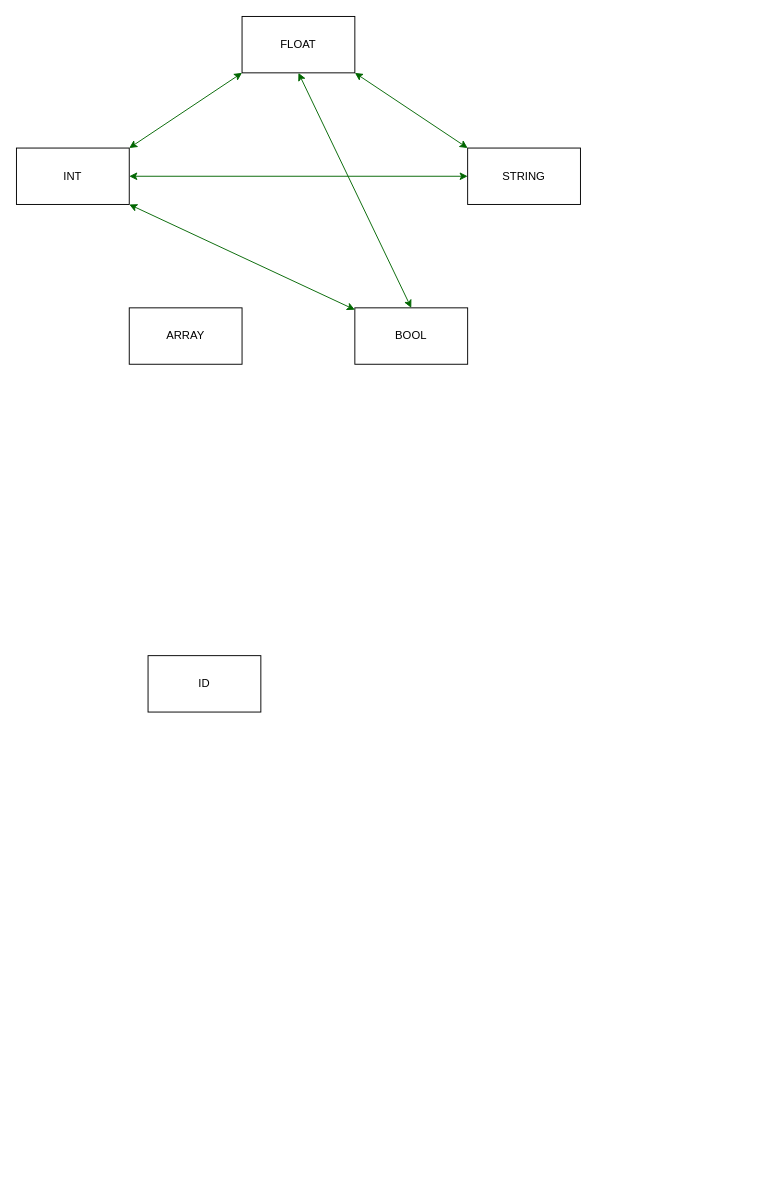
This is page "Page-2" (2 of 2) of RA.drawio from Tiago-Matinho/Compiladores, a draw.io file, before an edit. Source tidied: cells renumbered, new cells numbered last; positions are measured from the earlier drawing's top-left corner, leaving out a move shared by most shapes. Both pictures are drawn from the tidied source at 94%, with x=0, y=0 at pixel (16, 16).
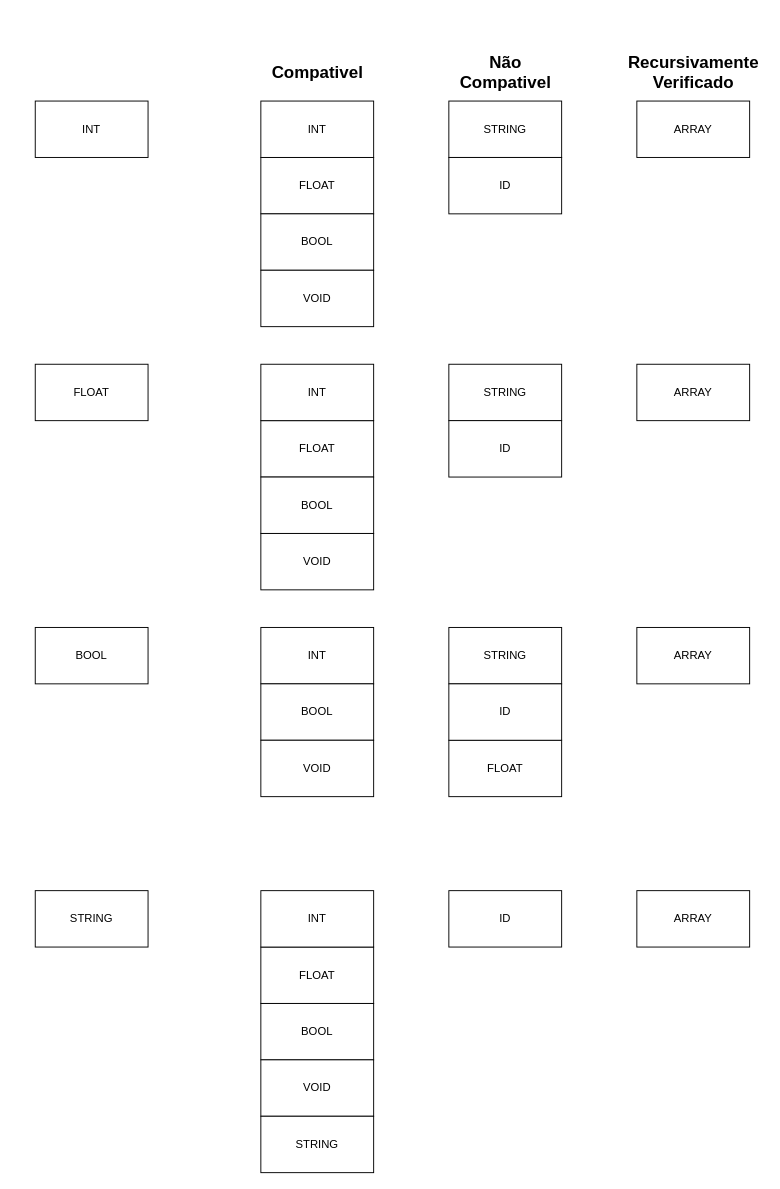
Above is the later version.

What changed in the source:
```diff
@@
     <mxCell id="2" value="INT" style="rounded=0;whiteSpace=wrap;html=1;strokeColor=#000000;align=center;" parent="1" vertex="1">
-      <mxGeometry y="140" width="120" height="60" as="geometry" />
+      <mxGeometry x="20" y="90" width="120" height="60" as="geometry" />
     </mxCell>
     <mxCell id="3" value="FLOAT" style="rounded=0;whiteSpace=wrap;html=1;strokeColor=#000000;align=center;" parent="1" vertex="1">
-      <mxGeometry x="240" width="120" height="60" as="geometry" />
+      <mxGeometry x="260" y="150" width="120" height="60" as="geometry" />
     </mxCell>
     <mxCell id="4" value="STRING" style="rounded=0;whiteSpace=wrap;html=1;strokeColor=#000000;align=center;" parent="1" vertex="1">
-      <mxGeometry x="480" y="140" width="120" height="60" as="geometry" />
+      <mxGeometry x="460" y="90" width="120" height="60" as="geometry" />
     </mxCell>
     <mxCell id="5" value="BOOL" style="rounded=0;whiteSpace=wrap;html=1;strokeColor=#000000;align=center;" parent="1" vertex="1">
-      <mxGeometry x="360" y="310" width="120" height="60" as="geometry" />
+      <mxGeometry x="260" y="210" width="120" height="60" as="geometry" />
     </mxCell>
     <mxCell id="6" value="ARRAY" style="rounded=0;whiteSpace=wrap;html=1;strokeColor=#000000;align=center;" parent="1" vertex="1">
-      <mxGeometry x="120" y="310" width="120" height="60" as="geometry" />
+      <mxGeometry x="660" y="90" width="120" height="60" as="geometry" />
     </mxCell>
     <mxCell id="7" value="ID" style="rounded=0;whiteSpace=wrap;html=1;strokeColor=#000000;align=center;" parent="1" vertex="1">
-      <mxGeometry x="140" y="680" width="120" height="60" as="geometry" />
+      <mxGeometry x="460" y="150" width="120" height="60" as="geometry" />
     </mxCell>
-    <mxCell id="8" style="endArrow=classic;startArrow=classic;html=1;strokeColor=#006600;entryX=0;entryY=1;entryDx=0;entryDy=0;exitX=1;exitY=0;exitDx=0;exitDy=0;" parent="1" edge="1" source="2" target="3">
-      <mxGeometry relative="1" as="geometry" />
-    </mxCell>
-    <mxCell id="9" style="endArrow=classic;startArrow=classic;html=1;strokeColor=#006600;entryX=1;entryY=1;entryDx=0;entryDy=0;exitX=0;exitY=0;exitDx=0;exitDy=0;" parent="1" edge="1" source="4" target="3">
-      <mxGeometry relative="1" as="geometry" />
-    </mxCell>
-    <mxCell id="10" style="endArrow=classic;startArrow=classic;html=1;strokeColor=#006600;" parent="1" edge="1" source="4" target="2">
-      <mxGeometry relative="1" as="geometry" />
-    </mxCell>
-    <mxCell id="11" style="endArrow=classic;startArrow=classic;html=1;strokeColor=#006600;entryX=1;entryY=1;entryDx=0;entryDy=0;" parent="1" edge="1" source="5" target="2">
-      <mxGeometry relative="1" as="geometry" />
-    </mxCell>
-    <mxCell id="12" style="endArrow=classic;startArrow=classic;html=1;strokeColor=#006600;entryX=0.5;entryY=1;entryDx=0;entryDy=0;exitX=0.5;exitY=0;exitDx=0;exitDy=0;" parent="1" edge="1" source="5" target="3">
-      <mxGeometry relative="1" as="geometry" />
-    </mxCell>
+    <mxCell id="13" value="INT" style="rounded=0;whiteSpace=wrap;html=1;strokeColor=#000000;align=center;" parent="1" vertex="1">
+      <mxGeometry x="260" y="90" width="120" height="60" as="geometry" />
+    </mxCell>
+    <mxCell id="14" value="&lt;b&gt;&lt;font style=&quot;font-size: 18px&quot;&gt;Compativel&lt;/font&gt;&lt;/b&gt;" style="text;html=1;align=center;verticalAlign=middle;" parent="1" vertex="1">
+      <mxGeometry x="265" y="50" width="110" height="20" as="geometry" />
+    </mxCell>
+    <mxCell id="15" value="&lt;b&gt;&lt;font style=&quot;font-size: 18px&quot;&gt;Não&lt;br&gt;Compativel&lt;/font&gt;&lt;/b&gt;" style="text;html=1;align=center;verticalAlign=middle;" parent="1" vertex="1">
+      <mxGeometry x="465" y="40" width="110" height="40" as="geometry" />
+    </mxCell>
+    <mxCell id="16" value="&lt;b&gt;&lt;font style=&quot;font-size: 18px&quot;&gt;Recursivamente&lt;br&gt;Verificado&lt;br&gt;&lt;/font&gt;&lt;/b&gt;" style="text;html=1;align=center;verticalAlign=middle;" parent="1" vertex="1">
+      <mxGeometry x="645" y="40" width="150" height="40" as="geometry" />
+    </mxCell>
+    <mxCell id="17" value="FLOAT" style="rounded=0;whiteSpace=wrap;html=1;strokeColor=#000000;align=center;" parent="1" vertex="1">
+      <mxGeometry x="20" y="370" width="120" height="60" as="geometry" />
+    </mxCell>
+    <mxCell id="18" value="FLOAT" style="rounded=0;whiteSpace=wrap;html=1;strokeColor=#000000;align=center;" parent="1" vertex="1">
+      <mxGeometry x="260" y="430" width="120" height="60" as="geometry" />
+    </mxCell>
+    <mxCell id="19" value="BOOL" style="rounded=0;whiteSpace=wrap;html=1;strokeColor=#000000;align=center;" parent="1" vertex="1">
+      <mxGeometry x="260" y="490" width="120" height="60" as="geometry" />
+    </mxCell>
+    <mxCell id="20" value="INT" style="rounded=0;whiteSpace=wrap;html=1;strokeColor=#000000;align=center;" parent="1" vertex="1">
+      <mxGeometry x="260" y="370" width="120" height="60" as="geometry" />
+    </mxCell>
+    <mxCell id="21" value="STRING" style="rounded=0;whiteSpace=wrap;html=1;strokeColor=#000000;align=center;" parent="1" vertex="1">
+      <mxGeometry x="460" y="370" width="120" height="60" as="geometry" />
+    </mxCell>
+    <mxCell id="22" value="ID" style="rounded=0;whiteSpace=wrap;html=1;strokeColor=#000000;align=center;" parent="1" vertex="1">
+      <mxGeometry x="460" y="430" width="120" height="60" as="geometry" />
+    </mxCell>
+    <mxCell id="23" value="ARRAY" style="rounded=0;whiteSpace=wrap;html=1;strokeColor=#000000;align=center;" parent="1" vertex="1">
+      <mxGeometry x="660" y="370" width="120" height="60" as="geometry" />
+    </mxCell>
+    <mxCell id="24" value="BOOL" style="rounded=0;whiteSpace=wrap;html=1;strokeColor=#000000;align=center;" parent="1" vertex="1">
+      <mxGeometry x="20" y="650" width="120" height="60" as="geometry" />
+    </mxCell>
+    <mxCell id="25" value="FLOAT" style="rounded=0;whiteSpace=wrap;html=1;strokeColor=#000000;align=center;" parent="1" vertex="1">
+      <mxGeometry x="460" y="770" width="120" height="60" as="geometry" />
+    </mxCell>
+    <mxCell id="26" value="INT" style="rounded=0;whiteSpace=wrap;html=1;strokeColor=#000000;align=center;" parent="1" vertex="1">
+      <mxGeometry x="260" y="650" width="120" height="60" as="geometry" />
+    </mxCell>
+    <mxCell id="27" value="BOOL" style="rounded=0;whiteSpace=wrap;html=1;strokeColor=#000000;align=center;" parent="1" vertex="1">
+      <mxGeometry x="260" y="710" width="120" height="60" as="geometry" />
+    </mxCell>
+    <mxCell id="28" value="STRING" style="rounded=0;whiteSpace=wrap;html=1;strokeColor=#000000;align=center;" parent="1" vertex="1">
+      <mxGeometry x="460" y="650" width="120" height="60" as="geometry" />
+    </mxCell>
+    <mxCell id="29" value="ARRAY" style="rounded=0;whiteSpace=wrap;html=1;strokeColor=#000000;align=center;" parent="1" vertex="1">
+      <mxGeometry x="660" y="650" width="120" height="60" as="geometry" />
+    </mxCell>
+    <mxCell id="30" value="ID" style="rounded=0;whiteSpace=wrap;html=1;strokeColor=#000000;align=center;" parent="1" vertex="1">
+      <mxGeometry x="460" y="710" width="120" height="60" as="geometry" />
+    </mxCell>
+    <mxCell id="31" value="VOID" style="rounded=0;whiteSpace=wrap;html=1;strokeColor=#000000;align=center;" parent="1" vertex="1">
+      <mxGeometry x="260" y="270" width="120" height="60" as="geometry" />
+    </mxCell>
+    <mxCell id="32" value="VOID" style="rounded=0;whiteSpace=wrap;html=1;strokeColor=#000000;align=center;" parent="1" vertex="1">
+      <mxGeometry x="260" y="550" width="120" height="60" as="geometry" />
+    </mxCell>
+    <mxCell id="33" value="VOID" style="rounded=0;whiteSpace=wrap;html=1;strokeColor=#000000;align=center;" parent="1" vertex="1">
+      <mxGeometry x="260" y="770" width="120" height="60" as="geometry" />
+    </mxCell>
+    <mxCell id="34" value="STRING" style="rounded=0;whiteSpace=wrap;html=1;strokeColor=#000000;align=center;" parent="1" vertex="1">
+      <mxGeometry x="20" y="930" width="120" height="60" as="geometry" />
+    </mxCell>
+    <mxCell id="35" value="FLOAT" style="rounded=0;whiteSpace=wrap;html=1;strokeColor=#000000;align=center;" parent="1" vertex="1">
+      <mxGeometry x="260" y="990" width="120" height="60" as="geometry" />
+    </mxCell>
+    <mxCell id="36" value="INT" style="rounded=0;whiteSpace=wrap;html=1;strokeColor=#000000;align=center;" parent="1" vertex="1">
+      <mxGeometry x="260" y="930" width="120" height="60" as="geometry" />
+    </mxCell>
+    <mxCell id="37" value="BOOL" style="rounded=0;whiteSpace=wrap;html=1;strokeColor=#000000;align=center;" parent="1" vertex="1">
+      <mxGeometry x="260" y="1050" width="120" height="60" as="geometry" />
+    </mxCell>
+    <mxCell id="38" value="VOID" style="rounded=0;whiteSpace=wrap;html=1;strokeColor=#000000;align=center;" parent="1" vertex="1">
+      <mxGeometry x="260" y="1110" width="120" height="60" as="geometry" />
+    </mxCell>
+    <mxCell id="39" value="STRING" style="rounded=0;whiteSpace=wrap;html=1;strokeColor=#000000;align=center;" parent="1" vertex="1">
+      <mxGeometry x="260" y="1170" width="120" height="60" as="geometry" />
+    </mxCell>
+    <mxCell id="40" value="ID" style="rounded=0;whiteSpace=wrap;html=1;strokeColor=#000000;align=center;" parent="1" vertex="1">
+      <mxGeometry x="460" y="930" width="120" height="60" as="geometry" />
+    </mxCell>
+    <mxCell id="41" value="ARRAY" style="rounded=0;whiteSpace=wrap;html=1;strokeColor=#000000;align=center;" parent="1" vertex="1">
+      <mxGeometry x="660" y="930" width="120" height="60" as="geometry" />
+    </mxCell>
```
